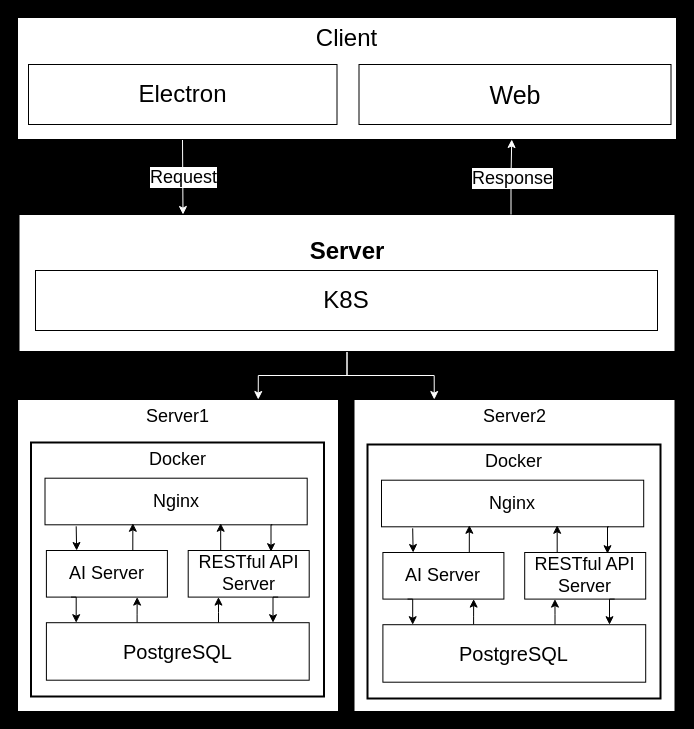
Above: pic1_multi_server.drawio in karta2341940/ch (draw.io), before the change. Source tidied: cells renumbered, new cells numbered last; positions are measured from the earlier drawing's top-left corner, leaving out a move shared by most shapes. Both pictures are drawn from the tidied source at 100%, with x=0, y=0 at pixel (17, 17).
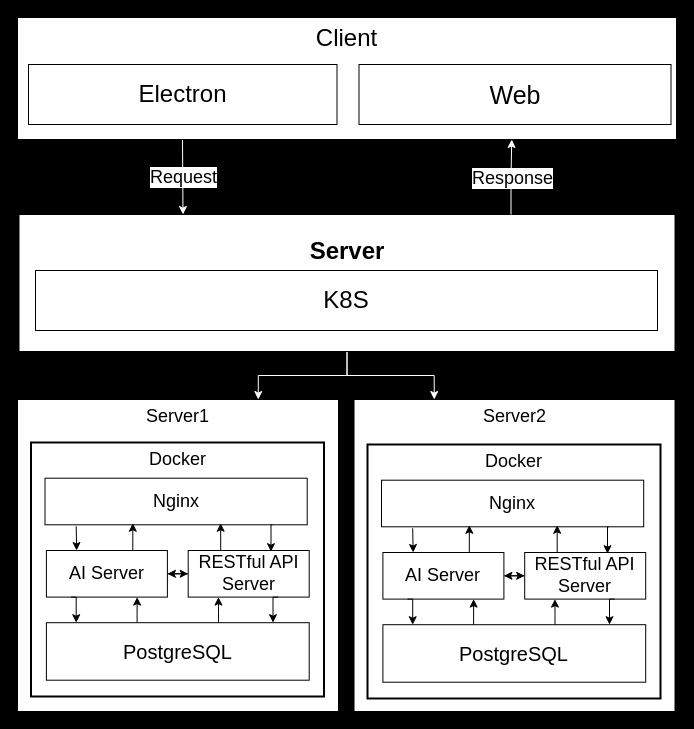
The same diagram, later.

Unchanged cells that the change refers to:
```xml
<mxCell id="15" style="group;" parent="1" vertex="1">
  <mxGeometry x="13.5" y="425" width="293" height="254" as="geometry" />
</mxCell>
<mxCell id="18" value="&lt;font style=&quot;font-size: 18px;&quot;&gt;RESTful API Server&lt;/font&gt;" style="rounded=0;whiteSpace=wrap;html=1;" parent="15" vertex="1">
  <mxGeometry x="157.2" y="108" width="121" height="46.6" as="geometry" />
</mxCell>
<mxCell id="19" value="&lt;font style=&quot;font-size: 18px;&quot;&gt;AI Server&lt;/font&gt;" style="rounded=0;whiteSpace=wrap;html=1;" parent="15" vertex="1">
  <mxGeometry x="15.4" y="108" width="121" height="46.6" as="geometry" />
</mxCell>
<mxCell id="30" style="group;" parent="1" vertex="1">
  <mxGeometry x="350" y="427" width="293" height="254" as="geometry" />
</mxCell>
<mxCell id="33" value="&lt;font style=&quot;font-size: 18px;&quot;&gt;RESTful API Server&lt;/font&gt;" style="rounded=0;whiteSpace=wrap;html=1;" parent="30" vertex="1">
  <mxGeometry x="157.2" y="108" width="121" height="46.6" as="geometry" />
</mxCell>
<mxCell id="34" value="&lt;font style=&quot;font-size: 18px;&quot;&gt;AI Server&lt;/font&gt;" style="rounded=0;whiteSpace=wrap;html=1;" parent="30" vertex="1">
  <mxGeometry x="15.4" y="108" width="121" height="46.6" as="geometry" />
</mxCell>
```

Change to the diagram source:
```diff
@@
+    <mxCell id="44" style="edgeStyle=orthogonalEdgeStyle;rounded=0;jettySize=auto;html=1;exitX=0;exitY=0.5;exitDx=0;exitDy=0;entryX=1;entryY=0.5;entryDx=0;entryDy=0;" parent="15" edge="1" source="18" target="19">
+      <mxGeometry relative="1" as="geometry" />
+    </mxCell>
@@
+    <mxCell id="45" style="edgeStyle=orthogonalEdgeStyle;rounded=0;jettySize=auto;html=1;exitX=1;exitY=0.5;exitDx=0;exitDy=0;entryX=0;entryY=0.5;entryDx=0;entryDy=0;" parent="15" edge="1" source="19" target="18">
+      <mxGeometry relative="1" as="geometry" />
+    </mxCell>
@@
+    <mxCell id="46" style="edgeStyle=orthogonalEdgeStyle;rounded=0;jettySize=auto;html=1;exitX=0;exitY=0.5;exitDx=0;exitDy=0;entryX=1;entryY=0.5;entryDx=0;entryDy=0;" parent="30" edge="1" source="33" target="34">
+      <mxGeometry relative="1" as="geometry" />
+    </mxCell>
@@
+    <mxCell id="47" style="edgeStyle=orthogonalEdgeStyle;rounded=0;jettySize=auto;html=1;exitX=1;exitY=0.5;exitDx=0;exitDy=0;entryX=0;entryY=0.5;entryDx=0;entryDy=0;" parent="30" edge="1" source="34" target="33">
+      <mxGeometry relative="1" as="geometry" />
+    </mxCell>
```
